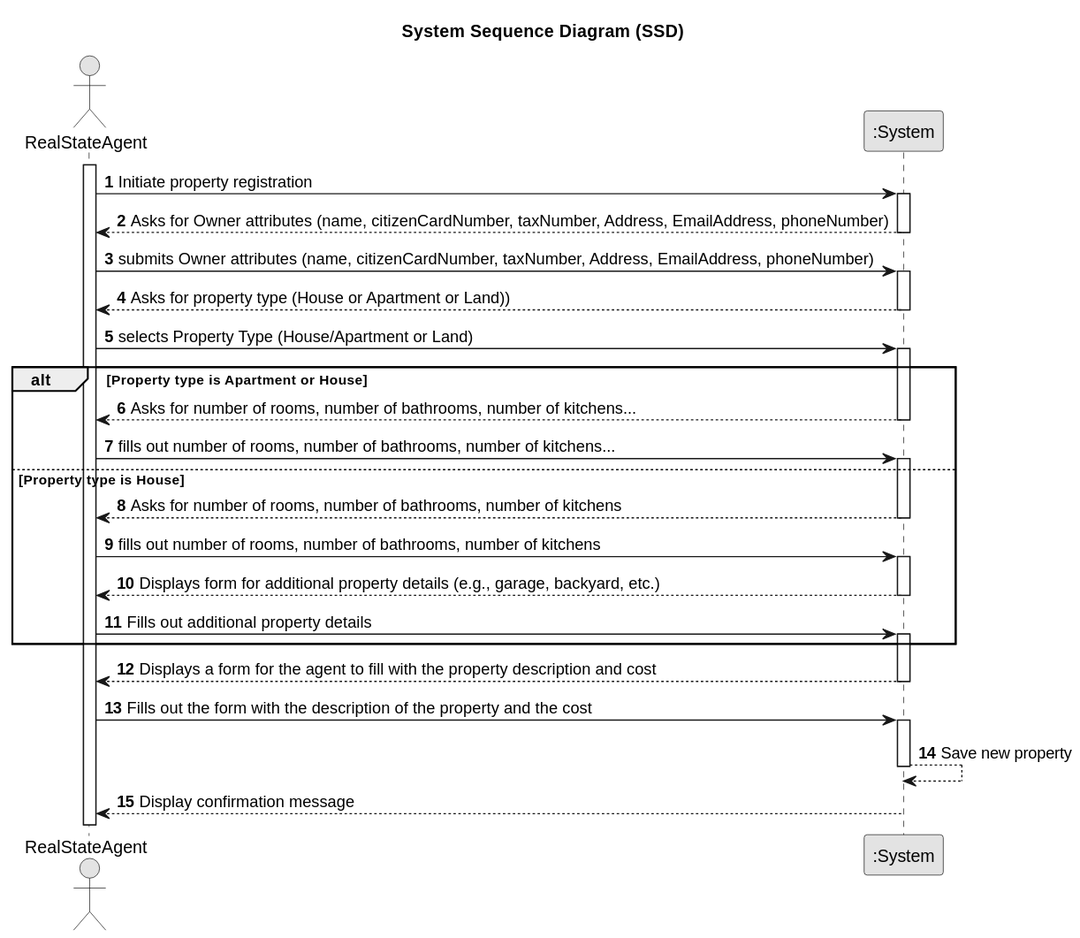
Before: lei-22-s2-1do-g68/docs/sprintA/us002/01.requirements-engineering/svg/us002-System-Sequence-Diagram-Alternative-Two-System_Sequence_Diagram__SSD_.svg, a diagram exported from PlantUML (hugosilva2901/lei-22-s2-1DO-g68).
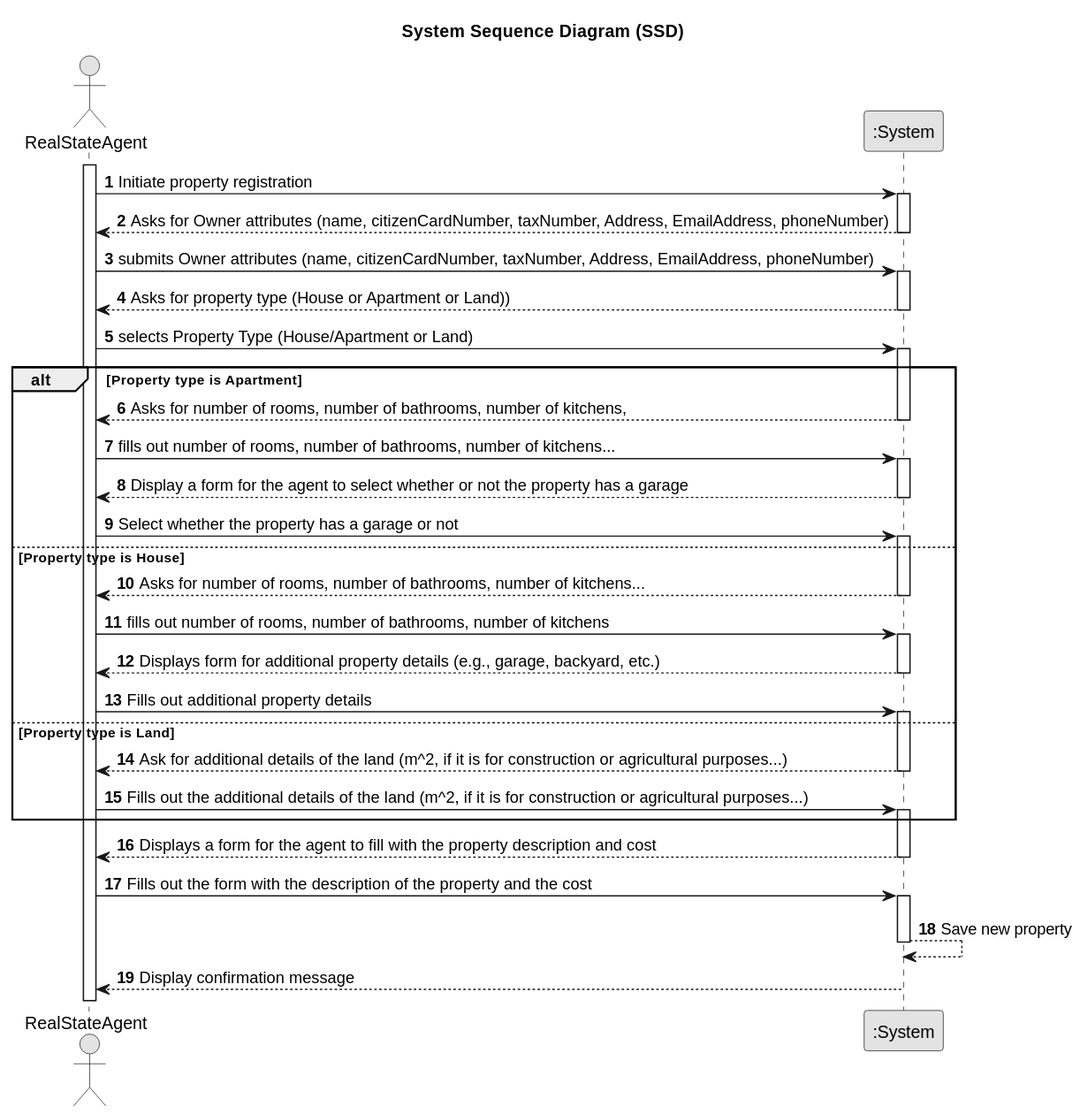
Above is the later version.

Change to the diagram source:
```diff
@@ -26,27 +26,41 @@
 User -> System : selects Property Type (House/Apartment or Land)
 activate System
 
-alt Property type is Apartment or House
+alt Property type is Apartment
 
-    System --> User : Asks for number of rooms, number of bathrooms, number of kitchens...
-    deactivate System
+System --> User : Asks for number of rooms, number of bathrooms, number of kitchens,
+deactivate System
 
-    User -> System : fills out number of rooms, number of bathrooms, number of kitchens...
-    activate System
+User -> System : fills out number of rooms, number of bathrooms, number of kitchens...
+activate System
 
-    else Property type is House
+System --> User : Display a form for the agent to select whether or not the property has a garage
+deactivate System
 
-        System --> User : Asks for number of rooms, number of bathrooms, number of kitchens
-        deactivate System
+User -> System : Select whether the property has a garage or not
+activate System
 
-        User -> System : fills out number of rooms, number of bathrooms, number of kitchens
-        activate System
+else Property type is House
 
-        System --> User : Displays form for additional property details (e.g., garage, backyard, etc.)
-        deactivate System
+System --> User : Asks for number of rooms, number of bathrooms, number of kitchens...
+deactivate System
 
-        User -> System : Fills out additional property details
-        activate System
+User -> System : fills out number of rooms, number of bathrooms, number of kitchens
+activate System
+
+System --> User : Displays form for additional property details (e.g., garage, backyard, etc.)
+deactivate System
+
+User -> System : Fills out additional property details
+activate System
+
+else Property type is Land
+
+System --> User : Ask for additional details of the land (m^2, if it is for construction or agricultural purposes...)
+deactivate System
+
+User -> System : Fills out the additional details of the land (m^2, if it is for construction or agricultural purposes...)
+activate System
 
 end
 
```
